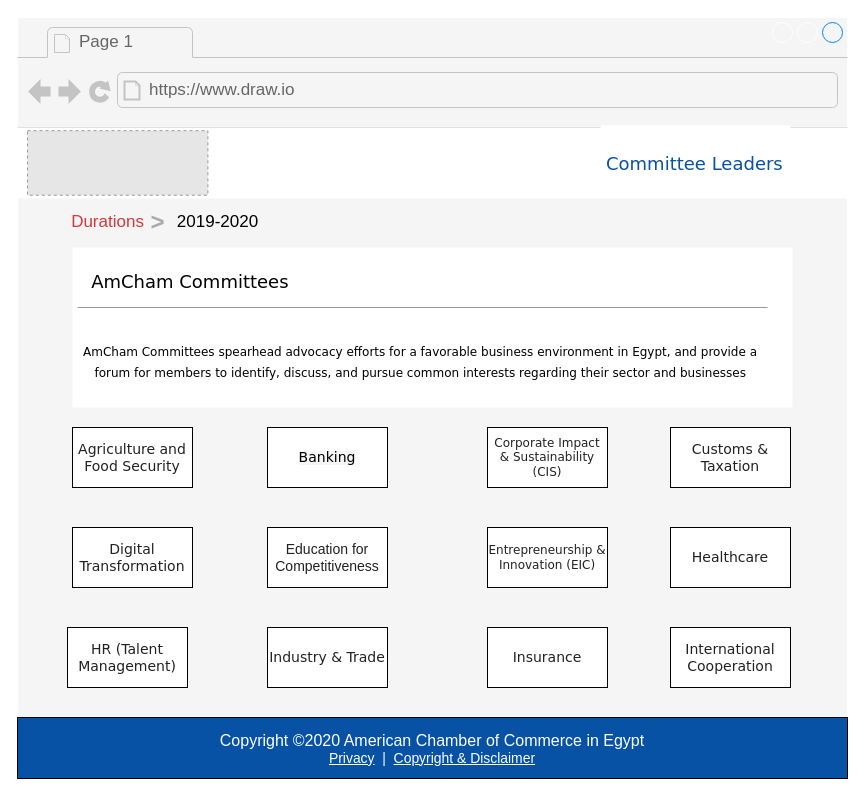
Above: page "committees" (3 of 4) of Committee Leaders.drawio in asayedio/TrackingERD (draw.io), before the change. Source tidied: cells renumbered, new cells numbered last; positions are measured from the earlier drawing's top-left corner, leaving out a move shared by most shapes. Both pictures are drawn from the tidied source at 100%, with x=0, y=0 at pixel (17, 17). Pictures stored in the file or linked from it are replaced by grey dashed boxes.
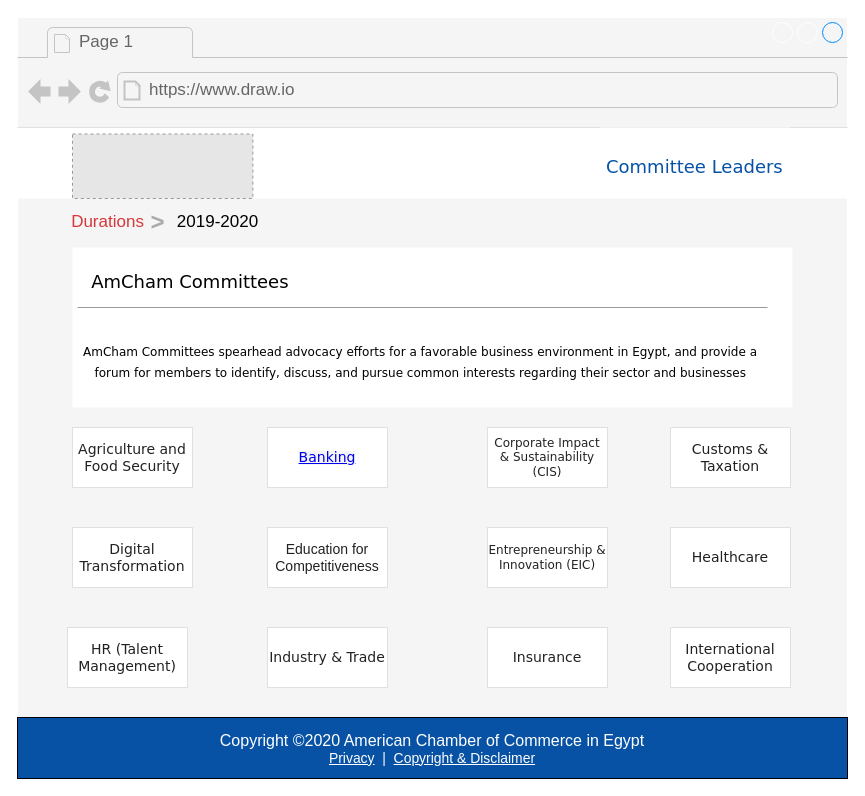
The same diagram, later.

The change refers to these unchanged cells:
```xml
<mxCell id="2" style="strokeWidth=1;shadow=0;dashed=0;align=center;html=1;shape=mxgraph.mockup.containers.browserWindow;rSize=0;strokeColor2=#008cff;strokeColor3=#c4c4c4;mainText=,;strokeColor=#FFFFFF;fillColor=#f5f5f5;" parent="1" vertex="1">
  <mxGeometry width="830" height="760" as="geometry" />
</mxCell>
```

The edit, as a diff of the source:
```diff
@@
-    <mxCell id="6" value="&lt;span style=&quot;color: rgb(34 , 34 , 34) ; text-align: left ; background-color: rgb(255 , 255 , 255)&quot;&gt;&lt;font face=&quot;Verdana&quot; style=&quot;font-size: 14px&quot;&gt;Agriculture and Food Security&lt;/font&gt;&lt;/span&gt;" style="rounded=0;whiteSpace=wrap;html=1;fillColor=#FFFFFF;" parent="2" vertex="1">
+    <mxCell id="6" value="&lt;span style=&quot;color: rgb(34 , 34 , 34) ; text-align: left ; background-color: rgb(255 , 255 , 255)&quot;&gt;&lt;font face=&quot;Verdana&quot; style=&quot;font-size: 14px&quot;&gt;Agriculture and Food Security&lt;/font&gt;&lt;/span&gt;" style="rounded=0;whiteSpace=wrap;html=1;fillColor=#FFFFFF;strokeColor=#E0E0E0;" parent="2" vertex="1">
       <mxGeometry x="55" y="410" width="120" height="60" as="geometry" />
     </mxCell>
-    <mxCell id="7" value="&lt;span style=&quot;text-align: left ; background-color: rgb(245 , 245 , 245)&quot;&gt;&lt;font face=&quot;Verdana&quot; style=&quot;font-size: 14px&quot;&gt;Banking&lt;/font&gt;&lt;/span&gt;" style="rounded=0;whiteSpace=wrap;html=1;" parent="2" vertex="1">
+    <mxCell id="7" value="&lt;span style=&quot;text-align: left ; background-color: rgb(245 , 245 , 245)&quot;&gt;&lt;font face=&quot;Verdana&quot; style=&quot;font-size: 14px&quot;&gt;&lt;a href=&quot;data:page/id,xkJtxGEg9Hib5oOGqanG&quot;&gt;Banking&lt;/a&gt;&lt;/font&gt;&lt;/span&gt;" style="rounded=0;whiteSpace=wrap;html=1;strokeColor=#E0E0E0;" parent="2" vertex="1">
       <mxGeometry x="250" y="410" width="120" height="60" as="geometry" />
     </mxCell>
-    <mxCell id="8" value="&lt;span style=&quot;color: rgb(34 , 34 , 34) ; text-align: left ; background-color: rgb(255 , 255 , 255)&quot;&gt;&lt;font face=&quot;Verdana&quot; style=&quot;font-size: 12px&quot;&gt;Corporate Impact &amp;amp; Sustainability (CIS)&lt;/font&gt;&lt;/span&gt;" style="rounded=0;whiteSpace=wrap;html=1;" parent="2" vertex="1">
+    <mxCell id="8" value="&lt;span style=&quot;color: rgb(34 , 34 , 34) ; text-align: left ; background-color: rgb(255 , 255 , 255)&quot;&gt;&lt;font face=&quot;Verdana&quot; style=&quot;font-size: 12px&quot;&gt;Corporate Impact &amp;amp; Sustainability (CIS)&lt;/font&gt;&lt;/span&gt;" style="rounded=0;whiteSpace=wrap;html=1;strokeColor=#E0E0E0;" parent="2" vertex="1">
       <mxGeometry x="470" y="410" width="120" height="60" as="geometry" />
     </mxCell>
-    <mxCell id="9" value="&lt;span style=&quot;color: rgb(34 , 34 , 34) ; text-align: left ; background-color: rgb(255 , 255 , 255)&quot;&gt;&lt;font style=&quot;font-size: 14px&quot;&gt;Education for Competitiveness&lt;/font&gt;&lt;/span&gt;" style="rounded=0;whiteSpace=wrap;html=1;" parent="2" vertex="1">
+    <mxCell id="9" value="&lt;span style=&quot;color: rgb(34 , 34 , 34) ; text-align: left ; background-color: rgb(255 , 255 , 255)&quot;&gt;&lt;font style=&quot;font-size: 14px&quot;&gt;Education for Competitiveness&lt;/font&gt;&lt;/span&gt;" style="rounded=0;whiteSpace=wrap;html=1;strokeColor=#E0E0E0;" parent="2" vertex="1">
       <mxGeometry x="250" y="510" width="120" height="60" as="geometry" />
     </mxCell>
-    <mxCell id="10" value="&lt;span style=&quot;color: rgb(34 , 34 , 34) ; text-align: left ; background-color: rgb(255 , 255 , 255)&quot;&gt;&lt;font face=&quot;Verdana&quot; style=&quot;font-size: 14px&quot;&gt;Customs &amp;amp; Taxation&lt;/font&gt;&lt;/span&gt;" style="rounded=0;whiteSpace=wrap;html=1;" parent="2" vertex="1">
+    <mxCell id="10" value="&lt;span style=&quot;color: rgb(34 , 34 , 34) ; text-align: left ; background-color: rgb(255 , 255 , 255)&quot;&gt;&lt;font face=&quot;Verdana&quot; style=&quot;font-size: 14px&quot;&gt;Customs &amp;amp; Taxation&lt;/font&gt;&lt;/span&gt;" style="rounded=0;whiteSpace=wrap;html=1;strokeColor=#E0E0E0;" parent="2" vertex="1">
       <mxGeometry x="653" y="410" width="120" height="60" as="geometry" />
     </mxCell>
-    <mxCell id="11" value="&lt;span style=&quot;color: rgb(34 , 34 , 34) ; text-align: left ; background-color: rgb(255 , 255 , 255)&quot;&gt;&lt;font face=&quot;Verdana&quot; style=&quot;font-size: 14px&quot;&gt;Digital Transformation&lt;/font&gt;&lt;/span&gt;" style="rounded=0;whiteSpace=wrap;html=1;" parent="2" vertex="1">
+    <mxCell id="11" value="&lt;span style=&quot;color: rgb(34 , 34 , 34) ; text-align: left ; background-color: rgb(255 , 255 , 255)&quot;&gt;&lt;font face=&quot;Verdana&quot; style=&quot;font-size: 14px&quot;&gt;Digital Transformation&lt;/font&gt;&lt;/span&gt;" style="rounded=0;whiteSpace=wrap;html=1;strokeColor=#E0E0E0;" parent="2" vertex="1">
       <mxGeometry x="55" y="510" width="120" height="60" as="geometry" />
     </mxCell>
-    <mxCell id="12" value="&lt;span style=&quot;color: rgb(34 , 34 , 34) ; text-align: left ; background-color: rgb(255 , 255 , 255)&quot;&gt;&lt;font face=&quot;Verdana&quot; style=&quot;font-size: 12px&quot;&gt;Entrepreneurship &amp;amp; Innovation (EIC)&lt;/font&gt;&lt;/span&gt;" style="rounded=0;whiteSpace=wrap;html=1;" parent="2" vertex="1">
+    <mxCell id="12" value="&lt;span style=&quot;color: rgb(34 , 34 , 34) ; text-align: left ; background-color: rgb(255 , 255 , 255)&quot;&gt;&lt;font face=&quot;Verdana&quot; style=&quot;font-size: 12px&quot;&gt;Entrepreneurship &amp;amp; Innovation (EIC)&lt;/font&gt;&lt;/span&gt;" style="rounded=0;whiteSpace=wrap;html=1;strokeColor=#E0E0E0;" parent="2" vertex="1">
       <mxGeometry x="470" y="510" width="120" height="60" as="geometry" />
     </mxCell>
-    <mxCell id="13" value="&lt;span style=&quot;color: rgb(34 , 34 , 34) ; text-align: left ; background-color: rgb(255 , 255 , 255)&quot;&gt;&lt;font style=&quot;font-size: 14px&quot; face=&quot;Verdana&quot;&gt;Healthcare&lt;/font&gt;&lt;/span&gt;" style="rounded=0;whiteSpace=wrap;html=1;" parent="2" vertex="1">
+    <mxCell id="13" value="&lt;span style=&quot;color: rgb(34 , 34 , 34) ; text-align: left ; background-color: rgb(255 , 255 , 255)&quot;&gt;&lt;font style=&quot;font-size: 14px&quot; face=&quot;Verdana&quot;&gt;Healthcare&lt;/font&gt;&lt;/span&gt;" style="rounded=0;whiteSpace=wrap;html=1;strokeColor=#E0E0E0;" parent="2" vertex="1">
       <mxGeometry x="653" y="510" width="120" height="60" as="geometry" />
     </mxCell>
-    <mxCell id="14" value="&lt;span style=&quot;color: rgb(34 , 34 , 34) ; text-align: left ; background-color: rgb(255 , 255 , 255)&quot;&gt;&lt;font face=&quot;Verdana&quot; style=&quot;font-size: 14px&quot;&gt;HR (Talent Management)&lt;/font&gt;&lt;/span&gt;" style="rounded=0;whiteSpace=wrap;html=1;" parent="2" vertex="1">
+    <mxCell id="14" value="&lt;span style=&quot;color: rgb(34 , 34 , 34) ; text-align: left ; background-color: rgb(255 , 255 , 255)&quot;&gt;&lt;font face=&quot;Verdana&quot; style=&quot;font-size: 14px&quot;&gt;HR (Talent Management)&lt;/font&gt;&lt;/span&gt;" style="rounded=0;whiteSpace=wrap;html=1;strokeColor=#E0E0E0;" parent="2" vertex="1">
       <mxGeometry x="50" y="610" width="120" height="60" as="geometry" />
     </mxCell>
-    <mxCell id="15" value="&lt;span style=&quot;color: rgb(34 , 34 , 34) ; text-align: left ; background-color: rgb(255 , 255 , 255)&quot;&gt;&lt;font style=&quot;font-size: 14px&quot; face=&quot;Verdana&quot;&gt;Industry &amp;amp; Trade&lt;/font&gt;&lt;/span&gt;" style="rounded=0;whiteSpace=wrap;html=1;" parent="2" vertex="1">
+    <mxCell id="15" value="&lt;span style=&quot;color: rgb(34 , 34 , 34) ; text-align: left ; background-color: rgb(255 , 255 , 255)&quot;&gt;&lt;font style=&quot;font-size: 14px&quot; face=&quot;Verdana&quot;&gt;Industry &amp;amp; Trade&lt;/font&gt;&lt;/span&gt;" style="rounded=0;whiteSpace=wrap;html=1;strokeColor=#E0E0E0;" parent="2" vertex="1">
       <mxGeometry x="250" y="610" width="120" height="60" as="geometry" />
     </mxCell>
-    <mxCell id="16" value="&lt;span style=&quot;color: rgb(34 , 34 , 34) ; text-align: left ; background-color: rgb(255 , 255 , 255)&quot;&gt;&lt;font style=&quot;font-size: 14px&quot; face=&quot;Verdana&quot;&gt;Insurance&lt;/font&gt;&lt;/span&gt;" style="rounded=0;whiteSpace=wrap;html=1;" parent="2" vertex="1">
+    <mxCell id="16" value="&lt;span style=&quot;color: rgb(34 , 34 , 34) ; text-align: left ; background-color: rgb(255 , 255 , 255)&quot;&gt;&lt;font style=&quot;font-size: 14px&quot; face=&quot;Verdana&quot;&gt;Insurance&lt;/font&gt;&lt;/span&gt;" style="rounded=0;whiteSpace=wrap;html=1;strokeColor=#E0E0E0;" parent="2" vertex="1">
       <mxGeometry x="470" y="610" width="120" height="60" as="geometry" />
     </mxCell>
-    <mxCell id="17" value="&lt;span style=&quot;color: rgb(34 , 34 , 34) ; text-align: left ; background-color: rgb(255 , 255 , 255)&quot;&gt;&lt;font face=&quot;Verdana&quot; style=&quot;font-size: 14px&quot;&gt;International Cooperation&lt;/font&gt;&lt;/span&gt;" style="rounded=0;whiteSpace=wrap;html=1;" parent="2" vertex="1">
+    <mxCell id="17" value="&lt;span style=&quot;color: rgb(34 , 34 , 34) ; text-align: left ; background-color: rgb(255 , 255 , 255)&quot;&gt;&lt;font face=&quot;Verdana&quot; style=&quot;font-size: 14px&quot;&gt;International Cooperation&lt;/font&gt;&lt;/span&gt;" style="rounded=0;whiteSpace=wrap;html=1;strokeColor=#E0E0E0;" parent="2" vertex="1">
       <mxGeometry x="653" y="610" width="120" height="60" as="geometry" />
     </mxCell>
@@
     <mxCell id="22" style="fillColor=#E6E6E6;strokeColor=#999999;dashed=1;html=1;verticalAlign=top;verticalLabelPosition=bottom;labelBackgroundColor=#ffffff;" parent="2" vertex="1">
-      <mxGeometry x="10" y="113.2" width="180.4" height="64.5" as="geometry" />
+      <mxGeometry x="55" y="116.5" width="180.4" height="64.5" as="geometry" />
     </mxCell>
@@
     <mxCell id="26" value="&lt;h1 style=&quot;color: rgb(0 , 0 , 0) ; text-align: center&quot;&gt;&lt;font face=&quot;Verdana&quot; color=&quot;#0752a5&quot; style=&quot;font-size: 18px ; font-weight: normal&quot;&gt;Committee Leaders&lt;/font&gt;&lt;/h1&gt;" style="strokeWidth=1;shadow=0;dashed=0;align=center;html=1;shape=mxgraph.mockup.text.textBox;fontColor=#666666;align=left;fontSize=17;spacingLeft=4;spacingTop=-3;mainText=;sketch=0;gradientColor=none;fillColor=#FFFFFF;strokeColor=none;" parent="2" vertex="1">
-      <mxGeometry x="583" y="107.8" width="190" height="70" as="geometry" />
+      <mxGeometry x="583" y="110" width="190" height="70" as="geometry" />
     </mxCell>
```
